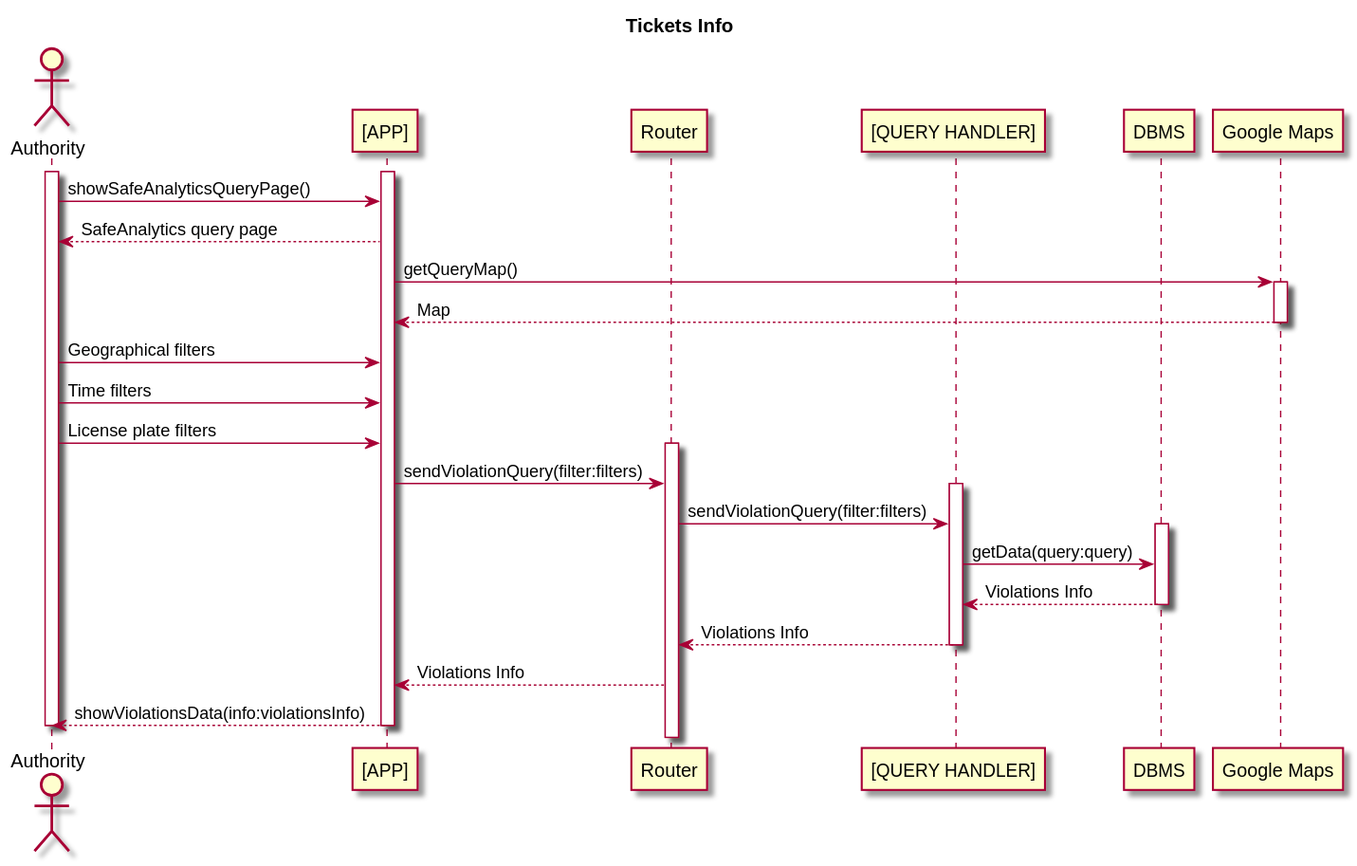
This is DD/resources/tickets_info.svg from simonebraga/software_engineering_project_2020, a PlantUML export, as it was before one commit.
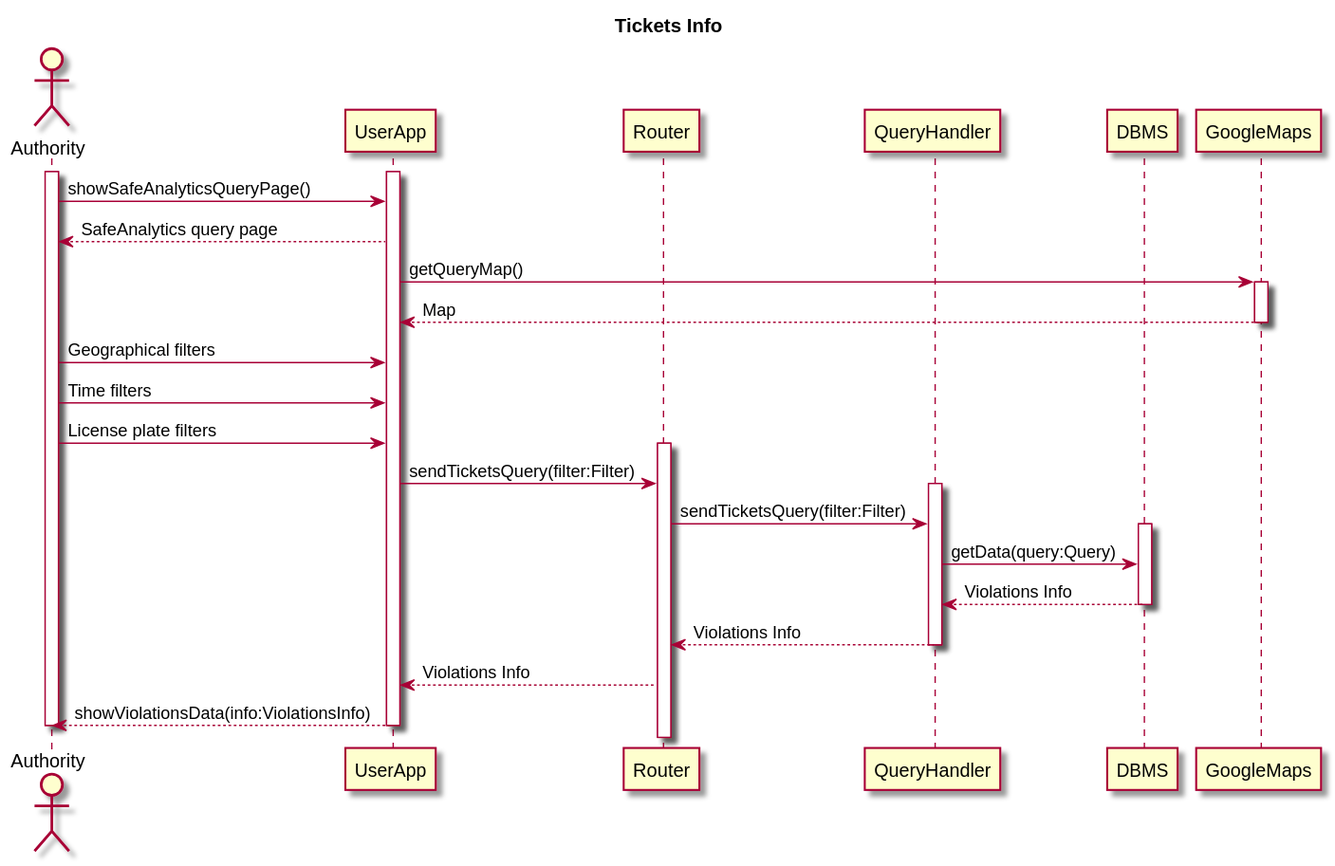
The same diagram one commit later.

Change to the diagram source:
```diff
@@ -3,11 +3,11 @@
 title Tickets Info
 
 actor Authority as auth
-participant "[APP]" as app
+participant UserApp as app
 participant "Router" as rout
-participant "[QUERY HANDLER]" as queryh
+participant "QueryHandler" as queryh
 participant "DBMS" as db
-participant "Google Maps" as google
+participant "GoogleMaps" as google
 
 activate auth
 activate app
@@ -23,15 +23,15 @@
   auth -> app : License plate filters
 
   activate rout
-    app -> rout : sendViolationQuery(filter:filters)
+    app -> rout : sendTicketsQuery(filter:Filter)
 
     activate queryh
 
-      rout -> queryh : sendViolationQuery(filter:filters)
+      rout -> queryh : sendTicketsQuery(filter:Filter)
 
       activate db
 
-        queryh -> db : getData(query:query)
+        queryh -> db : getData(query:Query)
         db --> queryh : Violations Info
 
       deactivate db
@@ -43,7 +43,7 @@
     rout --> app : Violations Info
 
 
-    app --> auth : showViolationsData(info:violationsInfo)
+    app --> auth : showViolationsData(info:ViolationsInfo)
 
 deactivate app
 deactivate auth
```
